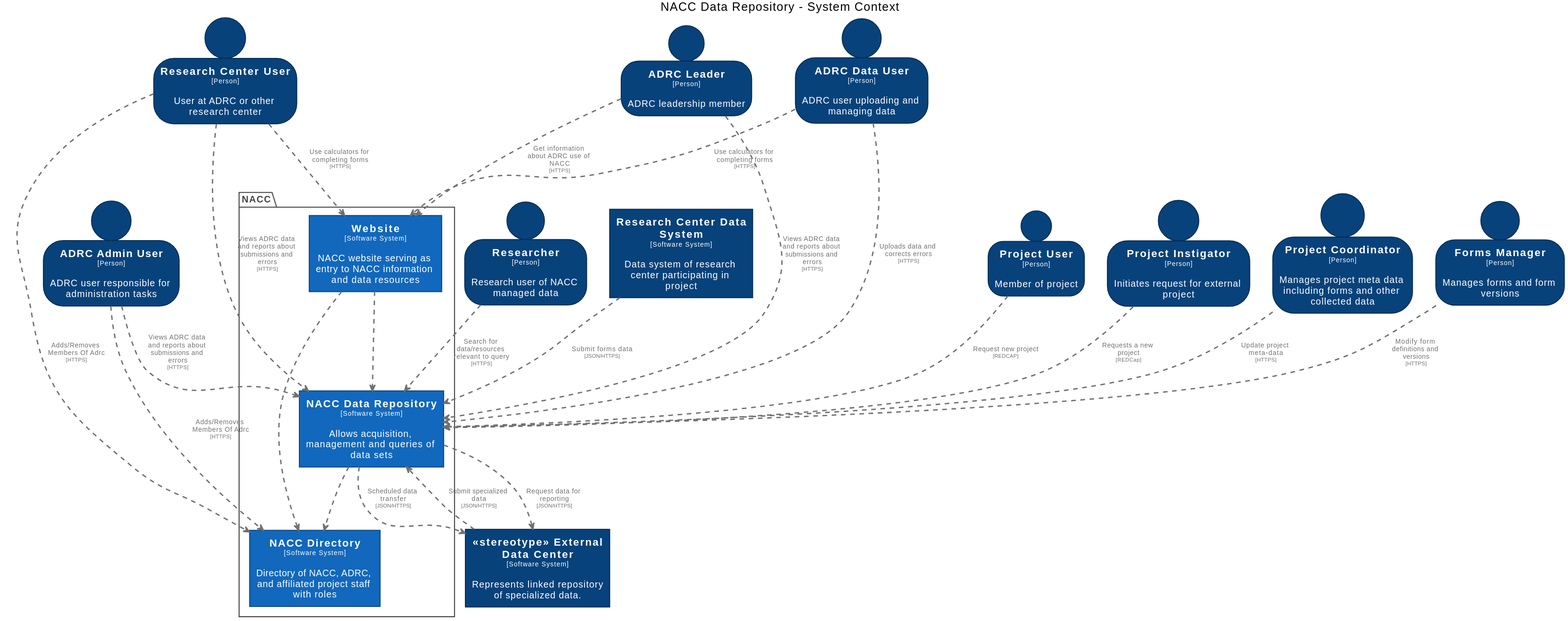
Above: docs/images/structurizr-RepositoryContext.svg in naccdata/system-design (PlantUML), before the change. Its diagram source:
```plantuml
@startuml
title NACC Data Repository - System Context

top to bottom direction

skinparam {
  shadowing false
  arrowFontSize 10
  defaultTextAlignment center
  wrapWidth 200
  maxMessageSize 100
}

hide stereotype

skinparam rectangle<<stereotypeExternalDataCenter>> {
  BackgroundColor #08427b
  FontColor #ffffff
  BorderColor #052e56
}
skinparam person<<ADRCAdminUser>> {
  BackgroundColor #08427b
  FontColor #ffffff
  BorderColor #052e56
}
skinparam person<<ADRCDataUser>> {
  BackgroundColor #08427b
  FontColor #ffffff
  BorderColor #052e56
}
skinparam person<<ADRCLeader>> {
  BackgroundColor #08427b
  FontColor #ffffff
  BorderColor #052e56
}
skinparam person<<FormsManager>> {
  BackgroundColor #08427b
  FontColor #ffffff
  BorderColor #052e56
}
skinparam rectangle<<NACCDataRepository>> {
  BackgroundColor #1168bd
  FontColor #ffffff
  BorderColor #0b4884
}
skinparam rectangle<<NACCDirectory>> {
  BackgroundColor #1168bd
  FontColor #ffffff
  BorderColor #0b4884
}
skinparam person<<ProjectCoordinator>> {
  BackgroundColor #08427b
  FontColor #ffffff
  BorderColor #052e56
}
skinparam person<<ProjectInstigator>> {
  BackgroundColor #08427b
  FontColor #ffffff
  BorderColor #052e56
}
skinparam person<<ProjectUser>> {
  BackgroundColor #08427b
  FontColor #ffffff
  BorderColor #052e56
}
skinparam rectangle<<ResearchCenterDataSystem>> {
  BackgroundColor #08427b
  FontColor #ffffff
  BorderColor #052e56
}
skinparam person<<ResearchCenterUser>> {
  BackgroundColor #08427b
  FontColor #ffffff
  BorderColor #052e56
}
skinparam person<<Researcher>> {
  BackgroundColor #08427b
  FontColor #ffffff
  BorderColor #052e56
}
skinparam rectangle<<Website>> {
  BackgroundColor #1168bd
  FontColor #ffffff
  BorderColor #0b4884
}

package "NACC" <<enterprise>> {
  skinparam PackageBorderColor<<enterprise>> #444444
  skinparam PackageFontColor<<enterprise>> #444444

  rectangle "==NACC Directory\n<size:10>[Software System]</size>\n\nDirectory of NACC, ADRC, and affiliated project staff with roles" <<NACCDirectory>> as NACCDirectory
  rectangle "==NACC Data Repository\n<size:10>[Software System]</size>\n\nAllows acquisition, management and queries of data sets" <<NACCDataRepository>> as NACCDataRepository
  rectangle "==Website\n<size:10>[Software System]</size>\n\nNACC website serving as entry to NACC information and data resources" <<Website>> as Website
}

person "==Research Center User\n<size:10>[Person]</size>\n\nUser at ADRC or other research center" <<ResearchCenterUser>> as ResearchCenterUser
person "==ADRC Data User\n<size:10>[Person]</size>\n\nADRC user uploading and managing data" <<ADRCDataUser>> as ADRCDataUser
person "==ADRC Admin User\n<size:10>[Person]</size>\n\nADRC user responsible for administration tasks" <<ADRCAdminUser>> as ADRCAdminUser
person "==ADRC Leader\n<size:10>[Person]</size>\n\nADRC leadership member" <<ADRCLeader>> as ADRCLeader
person "==Project User\n<size:10>[Person]</size>\n\nMember of project" <<ProjectUser>> as ProjectUser
person "==Project Instigator\n<size:10>[Person]</size>\n\nInitiates request for external project" <<ProjectInstigator>> as ProjectInstigator
person "==Project Coordinator\n<size:10>[Person]</size>\n\nManages project meta data including forms and other collected data" <<ProjectCoordinator>> as ProjectCoordinator
person "==Forms Manager\n<size:10>[Person]</size>\n\nManages forms and form versions" <<FormsManager>> as FormsManager
person "==Researcher\n<size:10>[Person]</size>\n\nResearch user of NACC managed data" <<Researcher>> as Researcher
rectangle "==<<stereotype>> External Data Center\n<size:10>[Software System]</size>\n\nRepresents linked repository of specialized data." <<stereotypeExternalDataCenter>> as stereotypeExternalDataCenter
rectangle "==Research Center Data System\n<size:10>[Software System]</size>\n\nData system of research center participating in project" <<ResearchCenterDataSystem>> as ResearchCenterDataSystem

Website .[#707070,thickness=2].> NACCDataRepository : "<color:#707070>"
Website .[#707070,thickness=2].> NACCDirectory : "<color:#707070>"
ResearchCenterUser .[#707070,thickness=2].> Website : "<color:#707070>Use calculators for completing forms\n<color:#707070><size:8>[HTTPS]</size>"
ResearchCenterUser .[#707070,thickness=2].> NACCDirectory : "<color:#707070>Adds/Removes Members Of Adrc\n<color:#707070><size:8>[HTTPS]</size>"
ResearchCenterUser .[#707070,thickness=2].> NACCDataRepository : "<color:#707070>Views ADRC data and reports about submissions and errors\n<color:#707070><size:8>[HTTPS]</size>"
ADRCDataUser .[#707070,thickness=2].> NACCDataRepository : "<color:#707070>Uploads data and corrects errors\n<color:#707070><size:8>[HTTPS]</size>"
ADRCDataUser .[#707070,thickness=2].> Website : "<color:#707070>Use calculators for completing forms\n<color:#707070><size:8>[HTTPS]</size>"
ADRCAdminUser .[#707070,thickness=2].> NACCDirectory : "<color:#707070>Adds/Removes Members Of Adrc\n<color:#707070><size:8>[HTTPS]</size>"
ADRCAdminUser .[#707070,thickness=2].> NACCDataRepository : "<color:#707070>Views ADRC data and reports about submissions and errors\n<color:#707070><size:8>[HTTPS]</size>"
ADRCLeader .[#707070,thickness=2].> Website : "<color:#707070>Get information about ADRC use of NACC\n<color:#707070><size:8>[HTTPS]</size>"
NACCDataRepository .[#707070,thickness=2].> NACCDirectory : "<color:#707070>"
ADRCLeader .[#707070,thickness=2].> NACCDataRepository : "<color:#707070>Views ADRC data and reports about submissions and errors\n<color:#707070><size:8>[HTTPS]</size>"
ProjectUser .[#707070,thickness=2].> NACCDataRepository : "<color:#707070>Request new project\n<color:#707070><size:8>[REDCAP]</size>"
ProjectInstigator .[#707070,thickness=2].> NACCDataRepository : "<color:#707070>Requests a new project\n<color:#707070><size:8>[REDCap]</size>"
ProjectCoordinator .[#707070,thickness=2].> NACCDataRepository : "<color:#707070>Update project meta-data\n<color:#707070><size:8>[HTTPS]</size>"
FormsManager .[#707070,thickness=2].> NACCDataRepository : "<color:#707070>Modify form definitions and versions\n<color:#707070><size:8>[HTTPS]</size>"
Researcher .[#707070,thickness=2].> NACCDataRepository : "<color:#707070>Search for data/resources relevant to query\n<color:#707070><size:8>[HTTPS]</size>"
stereotypeExternalDataCenter .[#707070,thickness=2].> NACCDataRepository : "<color:#707070>Submit specialized data\n<color:#707070><size:8>[JSON/HTTPS]</size>"
NACCDataRepository .[#707070,thickness=2].> stereotypeExternalDataCenter : "<color:#707070>Request data for reporting\n<color:#707070><size:8>[JSON/HTTPS]</size>"
NACCDataRepository .[#707070,thickness=2].> stereotypeExternalDataCenter : "<color:#707070>Scheduled data transfer\n<color:#707070><size:8>[JSON/HTTPS]</size>"
ResearchCenterDataSystem .[#707070,thickness=2].> NACCDataRepository : "<color:#707070>Submit forms data\n<color:#707070><size:8>[JSON/HTTPS]</size>"
@enduml
```
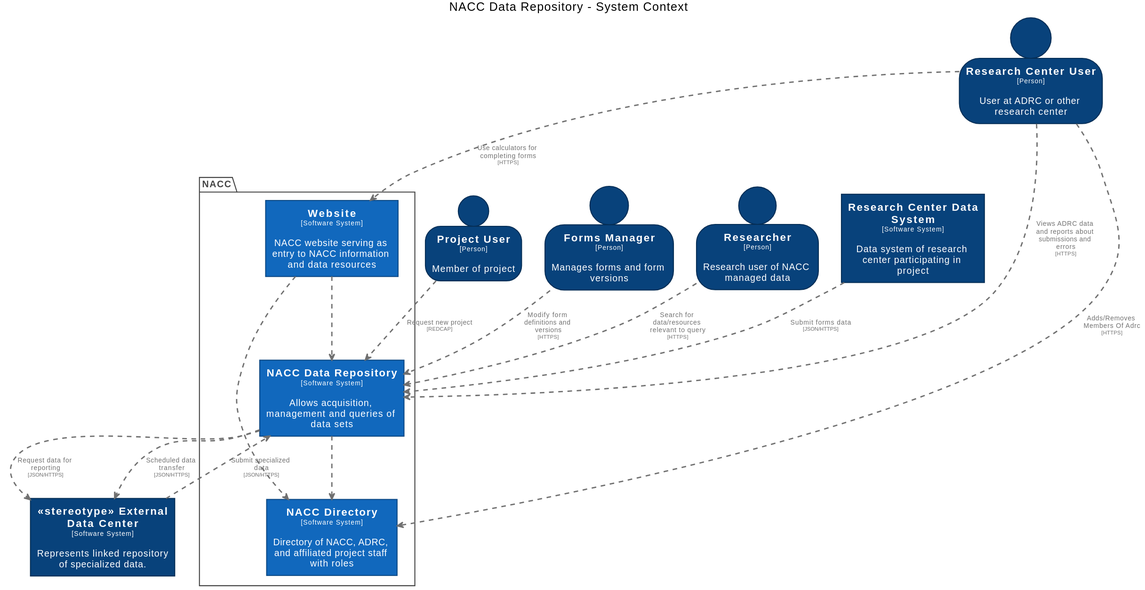
Later version of the same file.

What changed in the source:
```diff
@@ -18,21 +18,6 @@
   FontColor #ffffff
   BorderColor #052e56
 }
-skinparam person<<ADRCAdminUser>> {
-  BackgroundColor #08427b
-  FontColor #ffffff
-  BorderColor #052e56
-}
-skinparam person<<ADRCDataUser>> {
-  BackgroundColor #08427b
-  FontColor #ffffff
-  BorderColor #052e56
-}
-skinparam person<<ADRCLeader>> {
-  BackgroundColor #08427b
-  FontColor #ffffff
-  BorderColor #052e56
-}
 skinparam person<<FormsManager>> {
   BackgroundColor #08427b
   FontColor #ffffff
@@ -47,16 +32,6 @@
   BackgroundColor #1168bd
   FontColor #ffffff
   BorderColor #0b4884
-}
-skinparam person<<ProjectCoordinator>> {
-  BackgroundColor #08427b
-  FontColor #ffffff
-  BorderColor #052e56
-}
-skinparam person<<ProjectInstigator>> {
-  BackgroundColor #08427b
-  FontColor #ffffff
-  BorderColor #052e56
 }
 skinparam person<<ProjectUser>> {
   BackgroundColor #08427b
@@ -94,12 +69,7 @@
 }
 
 person "==Research Center User\n<size:10>[Person]</size>\n\nUser at ADRC or other research center" <<ResearchCenterUser>> as ResearchCenterUser
-person "==ADRC Data User\n<size:10>[Person]</size>\n\nADRC user uploading and managing data" <<ADRCDataUser>> as ADRCDataUser
-person "==ADRC Admin User\n<size:10>[Person]</size>\n\nADRC user responsible for administration tasks" <<ADRCAdminUser>> as ADRCAdminUser
-person "==ADRC Leader\n<size:10>[Person]</size>\n\nADRC leadership member" <<ADRCLeader>> as ADRCLeader
 person "==Project User\n<size:10>[Person]</size>\n\nMember of project" <<ProjectUser>> as ProjectUser
-person "==Project Instigator\n<size:10>[Person]</size>\n\nInitiates request for external project" <<ProjectInstigator>> as ProjectInstigator
-person "==Project Coordinator\n<size:10>[Person]</size>\n\nManages project meta data including forms and other collected data" <<ProjectCoordinator>> as ProjectCoordinator
 person "==Forms Manager\n<size:10>[Person]</size>\n\nManages forms and form versions" <<FormsManager>> as FormsManager
 person "==Researcher\n<size:10>[Person]</size>\n\nResearch user of NACC managed data" <<Researcher>> as Researcher
 rectangle "==<<stereotype>> External Data Center\n<size:10>[Software System]</size>\n\nRepresents linked repository of specialized data." <<stereotypeExternalDataCenter>> as stereotypeExternalDataCenter
@@ -110,16 +80,8 @@
 ResearchCenterUser .[#707070,thickness=2].> Website : "<color:#707070>Use calculators for completing forms\n<color:#707070><size:8>[HTTPS]</size>"
 ResearchCenterUser .[#707070,thickness=2].> NACCDirectory : "<color:#707070>Adds/Removes Members Of Adrc\n<color:#707070><size:8>[HTTPS]</size>"
 ResearchCenterUser .[#707070,thickness=2].> NACCDataRepository : "<color:#707070>Views ADRC data and reports about submissions and errors\n<color:#707070><size:8>[HTTPS]</size>"
-ADRCDataUser .[#707070,thickness=2].> NACCDataRepository : "<color:#707070>Uploads data and corrects errors\n<color:#707070><size:8>[HTTPS]</size>"
-ADRCDataUser .[#707070,thickness=2].> Website : "<color:#707070>Use calculators for completing forms\n<color:#707070><size:8>[HTTPS]</size>"
-ADRCAdminUser .[#707070,thickness=2].> NACCDirectory : "<color:#707070>Adds/Removes Members Of Adrc\n<color:#707070><size:8>[HTTPS]</size>"
-ADRCAdminUser .[#707070,thickness=2].> NACCDataRepository : "<color:#707070>Views ADRC data and reports about submissions and errors\n<color:#707070><size:8>[HTTPS]</size>"
-ADRCLeader .[#707070,thickness=2].> Website : "<color:#707070>Get information about ADRC use of NACC\n<color:#707070><size:8>[HTTPS]</size>"
 NACCDataRepository .[#707070,thickness=2].> NACCDirectory : "<color:#707070>"
-ADRCLeader .[#707070,thickness=2].> NACCDataRepository : "<color:#707070>Views ADRC data and reports about submissions and errors\n<color:#707070><size:8>[HTTPS]</size>"
 ProjectUser .[#707070,thickness=2].> NACCDataRepository : "<color:#707070>Request new project\n<color:#707070><size:8>[REDCAP]</size>"
-ProjectInstigator .[#707070,thickness=2].> NACCDataRepository : "<color:#707070>Requests a new project\n<color:#707070><size:8>[REDCap]</size>"
-ProjectCoordinator .[#707070,thickness=2].> NACCDataRepository : "<color:#707070>Update project meta-data\n<color:#707070><size:8>[HTTPS]</size>"
 FormsManager .[#707070,thickness=2].> NACCDataRepository : "<color:#707070>Modify form definitions and versions\n<color:#707070><size:8>[HTTPS]</size>"
 Researcher .[#707070,thickness=2].> NACCDataRepository : "<color:#707070>Search for data/resources relevant to query\n<color:#707070><size:8>[HTTPS]</size>"
 stereotypeExternalDataCenter .[#707070,thickness=2].> NACCDataRepository : "<color:#707070>Submit specialized data\n<color:#707070><size:8>[JSON/HTTPS]</size>"
```
